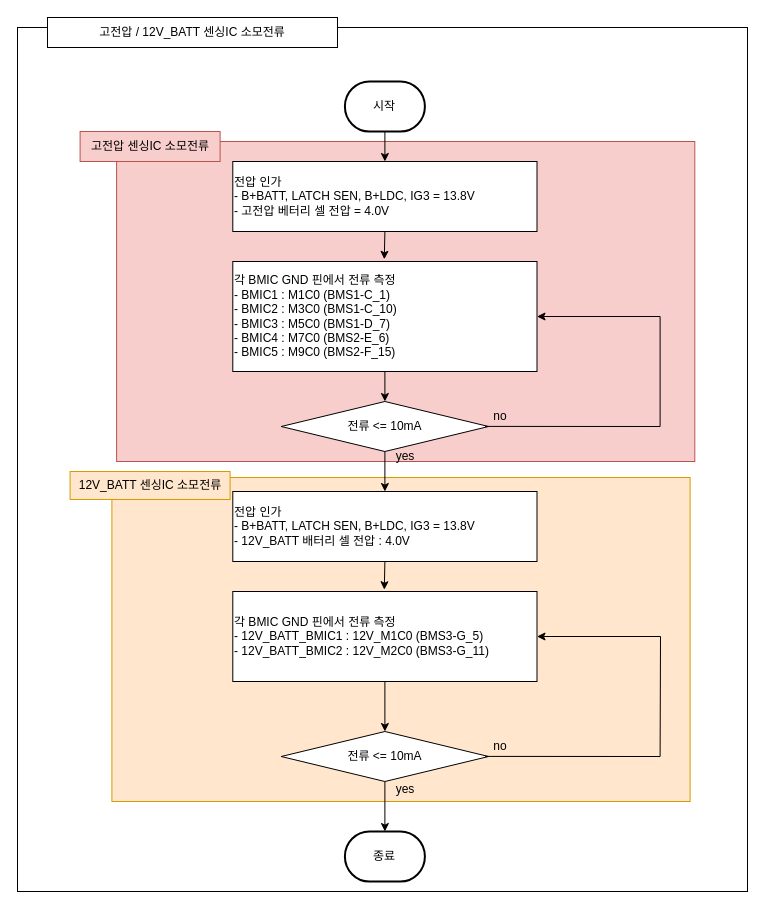
The draw.io diagram 고전압 센싱IC 소모전류.drawio in chaeyoonl/state-transition-diagram-test, before the edit. Source tidied: cells renumbered, new cells numbered last; positions are measured from the earlier drawing's top-left corner, leaving out a move shared by most shapes. Both pictures are drawn from the tidied source at 100%, with x=0, y=0 at pixel (17, 17).
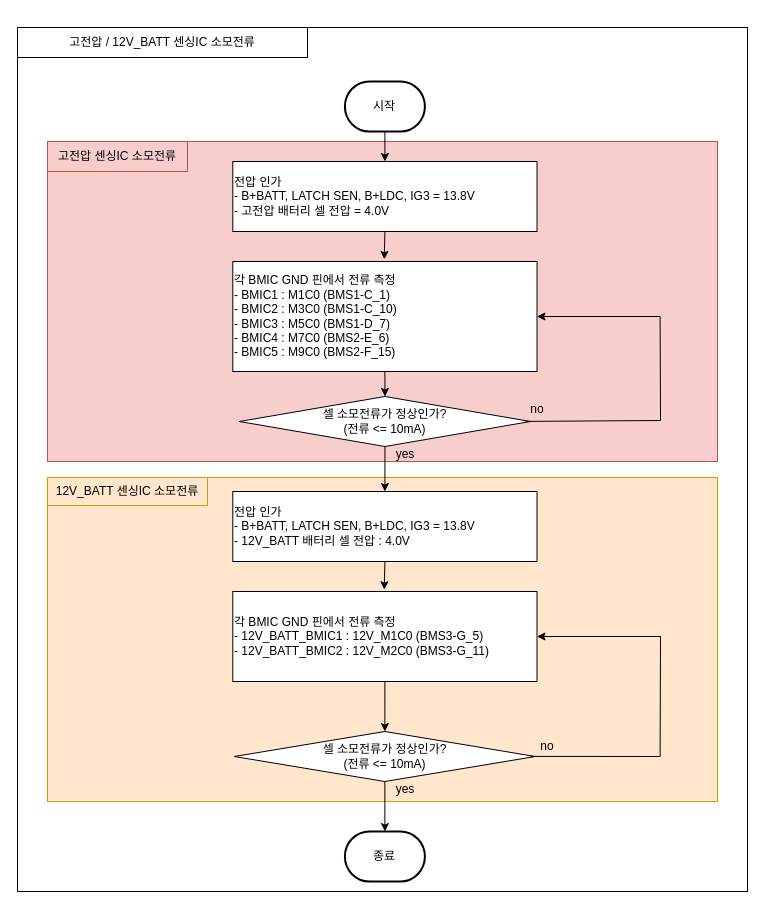
After the change.

Commit message:
고전압 센싱IC 소모전류.drawio 업데이트

Unchanged cells that the change refers to:
```xml
<mxCell id="12" value="각&amp;nbsp;BMIC GND 핀에서 전류 측정&lt;br&gt;-&amp;nbsp;BMIC1 : M1C0 (BMS1-C_1)&lt;br&gt;&lt;div&gt;- BMIC2 : M3C0 (BMS1-C_10)&lt;/div&gt;&lt;div&gt;- BMIC3 : M5C0 (BMS1-D_7)&lt;/div&gt;&lt;div&gt;- BMIC4 : M7C0 (BMS2-E_6)&lt;/div&gt;&lt;div&gt;- BMIC5 : M9C0 (BMS2-F_15)&amp;nbsp;&lt;/div&gt;" style="rounded=0;whiteSpace=wrap;html=1;align=left;" parent="1" vertex="1">
  <mxGeometry x="215.3" y="244" width="304.2" height="110" as="geometry" />
</mxCell>
```

Diff of the diagram source:
```diff
@@
     <mxCell id="3" value="&lt;div&gt;고전압 /&amp;nbsp;12V_BATT 센싱IC&amp;nbsp;&lt;span style=&quot;background-color: initial;&quot;&gt;소모전류&lt;/span&gt;&lt;/div&gt;" style="rounded=0;whiteSpace=wrap;html=1;" parent="1" vertex="1">
-      <mxGeometry x="30" width="290" height="30" as="geometry" />
+      <mxGeometry y="10" width="290" height="30" as="geometry" />
     </mxCell>
     <mxCell id="4" style="rounded=0;whiteSpace=wrap;html=1;fillColor=#f8cecc;strokeColor=#b85450;" parent="1" vertex="1">
-      <mxGeometry x="99.1" y="124" width="578.2" height="320" as="geometry" />
+      <mxGeometry x="30" y="124" width="670" height="320" as="geometry" />
     </mxCell>
     <mxCell id="5" value="&lt;span style=&quot;color: rgb(0, 0, 0); font-family: Helvetica; font-size: 12px; font-style: normal; font-variant-ligatures: normal; font-variant-caps: normal; font-weight: 400; letter-spacing: normal; orphans: 2; text-align: center; text-indent: 0px; text-transform: none; widows: 2; word-spacing: 0px; -webkit-text-stroke-width: 0px; text-decoration-thickness: initial; text-decoration-style: initial; text-decoration-color: initial; float: none; display: inline !important;&quot;&gt;고전압 센싱IC&amp;nbsp;소모전류&lt;br&gt;&lt;/span&gt;" style="rounded=0;whiteSpace=wrap;html=1;fillColor=#f8cecc;strokeColor=#b85450;fillStyle=solid;labelBackgroundColor=none;" parent="1" vertex="1">
-      <mxGeometry x="62.6" y="114" width="140" height="30" as="geometry" />
+      <mxGeometry x="30" y="124" width="140" height="30" as="geometry" />
     </mxCell>
     <mxCell id="6" style="rounded=0;whiteSpace=wrap;html=1;fillColor=#ffe6cc;strokeColor=#d79b00;" parent="1" vertex="1">
-      <mxGeometry x="94.4" y="460" width="578.2" height="324" as="geometry" />
+      <mxGeometry x="30" y="460" width="670" height="324" as="geometry" />
     </mxCell>
     <mxCell id="7" value="&lt;span style=&quot;orphans: 2; text-align: center; text-indent: 0px; widows: 2; text-decoration-thickness: initial; text-decoration-style: initial; text-decoration-color: initial; float: none; display: inline !important;&quot;&gt;&lt;div style=&quot;&quot;&gt;12V_BATT 센싱IC&amp;nbsp;&lt;span style=&quot;background-color: initial;&quot;&gt;소모전류&lt;/span&gt;&lt;/div&gt;&lt;/span&gt;" style="rounded=0;whiteSpace=wrap;html=1;fillColor=#ffe6cc;strokeColor=#d79b00;labelBackgroundColor=none;" parent="1" vertex="1">
-      <mxGeometry x="52.6" y="454" width="160" height="28" as="geometry" />
+      <mxGeometry x="30" y="460" width="160" height="28" as="geometry" />
     </mxCell>
@@
-    <mxCell id="9" value="전압 인가&lt;br&gt;- B+BATT, LATCH SEN, B+LDC, IG3 = 13.8V&lt;br&gt;- 고전압 베터리 셀 전압 = 4.0V" style="rounded=0;whiteSpace=wrap;html=1;align=left;" parent="1" vertex="1">
+    <mxCell id="9" value="전압 인가&lt;br&gt;- B+BATT, LATCH SEN, B+LDC, IG3 = 13.8V&lt;br&gt;- 고전압 배터리 셀 전압 = 4.0V" style="rounded=0;whiteSpace=wrap;html=1;align=left;" parent="1" vertex="1">
       <mxGeometry x="215.3" y="144" width="304.2" height="70" as="geometry" />
     </mxCell>
@@
-    <mxCell id="13" value="전류 &amp;lt;= 10mA" style="rhombus;whiteSpace=wrap;html=1;" parent="1" vertex="1">
-      <mxGeometry x="263.7" y="384" width="207.4" height="50" as="geometry" />
+    <mxCell id="13" value="셀 소모전류가 정상인가?&lt;br&gt;(전류 &amp;lt;= 10mA)" style="rhombus;whiteSpace=wrap;html=1;" parent="1" vertex="1">
+      <mxGeometry x="221.9" y="379" width="291.1" height="50" as="geometry" />
     </mxCell>
@@
     <mxCell id="15" style="endArrow=classic;html=1;rounded=0;exitX=0.983;exitY=0.498;exitDx=0;exitDy=0;exitPerimeter=0;entryX=1;entryY=0.5;entryDx=0;entryDy=0;" parent="1" edge="1" source="13" target="12">
       <mxGeometry relative="1" as="geometry">
         <Array as="points">
-          <mxPoint x="642.6" y="409" />
+          <mxPoint x="643" y="403" />
           <mxPoint x="642.6" y="299" />
         </Array>
       </mxGeometry>
     </mxCell>
     <mxCell id="16" value="no" style="text;html=1;strokeColor=none;fillColor=none;align=center;verticalAlign=middle;whiteSpace=wrap;rounded=0;" parent="1" vertex="1">
-      <mxGeometry x="452.6" y="384" width="60" height="30" as="geometry" />
+      <mxGeometry x="490" y="377" width="60" height="30" as="geometry" />
     </mxCell>
@@
-    <mxCell id="22" value="전류 &amp;lt;= 10mA" style="rhombus;whiteSpace=wrap;html=1;" parent="1" vertex="1">
-      <mxGeometry x="263.7" y="714" width="207.4" height="50" as="geometry" />
+    <mxCell id="22" value="셀 소모전류가 정상인가?&lt;br&gt;(전류 &amp;lt;= 10mA)" style="rhombus;whiteSpace=wrap;html=1;" parent="1" vertex="1">
+      <mxGeometry x="216.8" y="714" width="301.1" height="50" as="geometry" />
     </mxCell>
@@
     <mxCell id="25" value="no" style="text;html=1;strokeColor=none;fillColor=none;align=center;verticalAlign=middle;whiteSpace=wrap;rounded=0;" parent="1" vertex="1">
-      <mxGeometry x="452.6" y="714" width="60" height="30" as="geometry" />
+      <mxGeometry x="500" y="714" width="60" height="30" as="geometry" />
     </mxCell>
@@
     <mxCell id="27" value="yes" style="text;html=1;strokeColor=none;fillColor=none;align=center;verticalAlign=middle;whiteSpace=wrap;rounded=0;" parent="1" vertex="1">
-      <mxGeometry x="358.2" y="424" width="60" height="30" as="geometry" />
+      <mxGeometry x="358.2" y="422" width="60" height="30" as="geometry" />
     </mxCell>
```
